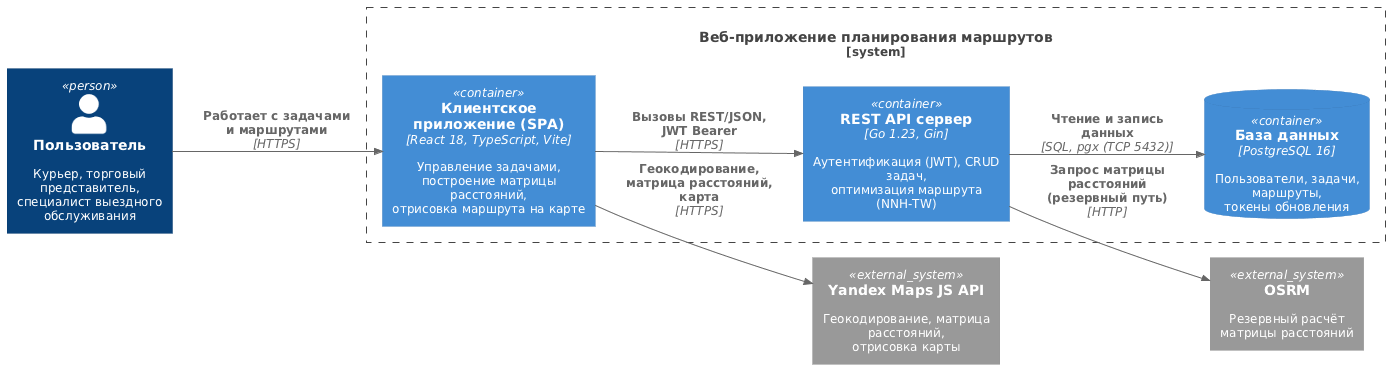
The PlantUML diagram Диплом Latex/images/c4_container.png in Tyutichkin/diploma, before a commit. Its diagram source:
```plantuml
@startuml c4_container
!include <C4/C4_Container>

skinparam defaultFontName "DejaVu Sans"
skinparam defaultFontSize 12
skinparam shadowing false
skinparam roundCorner 4

LAYOUT_LEFT_RIGHT()

Person(user, "Пользователь", "Курьер, торговый представитель,\nспециалист выездного обслуживания")

System_Boundary(app, "Веб-приложение планирования маршрутов") {
    Container(spa, "Клиентское приложение (SPA)", "React 18, TypeScript, Vite", "Управление задачами, построение матрицы расстояний,\nотрисовка маршрута на карте")
    Container(api, "REST API сервер", "Go 1.23, Gin", "Аутентификация (JWT), CRUD задач,\nоптимизация маршрута (NNH-TW)")
    ContainerDb(db, "База данных", "PostgreSQL 16", "Пользователи, задачи, маршруты,\nтокены обновления")
}

System_Ext(yandex, "Yandex Maps JS API", "Геокодирование, матрица расстояний,\nотрисовка карты")
System_Ext(osrm, "OSRM", "Резервный расчёт\nматрицы расстояний")

Rel(user, spa, "Работает с задачами и маршрутами", "HTTPS")
Rel(spa, api, "Вызовы REST/JSON, JWT Bearer", "HTTPS")
Rel(api, db, "Чтение и запись данных", "SQL, pgx (TCP 5432)")
Rel(spa, yandex, "Геокодирование, матрица расстояний, карта", "HTTPS")
Rel(api, osrm, "Запрос матрицы расстояний (резервный путь)", "HTTP")

@enduml
```
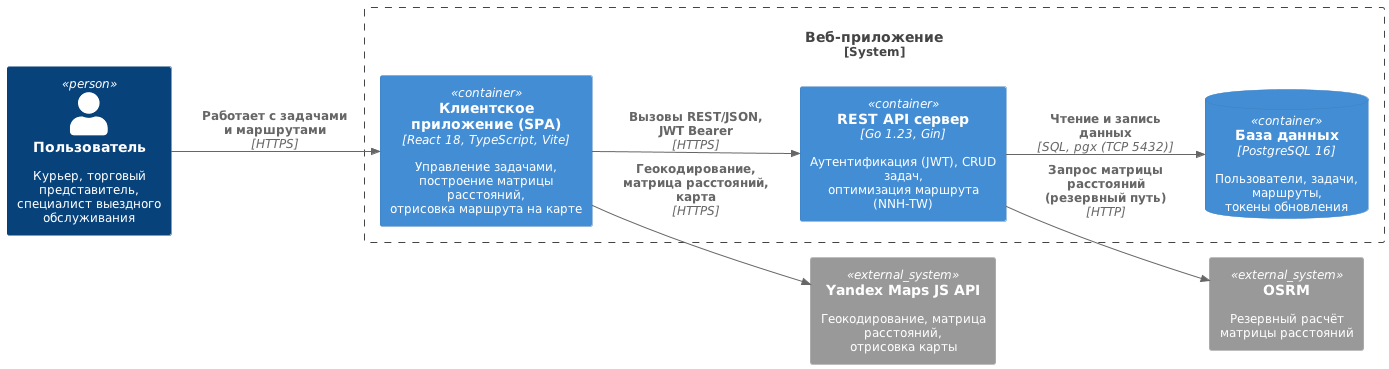
After the commit.

Commit message:
поменял и добави схем

Diff of the diagram source:
```diff
@@ -10,7 +10,7 @@
 
 Person(user, "Пользователь", "Курьер, торговый представитель,\nспециалист выездного обслуживания")
 
-System_Boundary(app, "Веб-приложение планирования маршрутов") {
+System_Boundary(app, "Веб-приложение") {
     Container(spa, "Клиентское приложение (SPA)", "React 18, TypeScript, Vite", "Управление задачами, построение матрицы расстояний,\nотрисовка маршрута на карте")
     Container(api, "REST API сервер", "Go 1.23, Gin", "Аутентификация (JWT), CRUD задач,\nоптимизация маршрута (NNH-TW)")
     ContainerDb(db, "База данных", "PostgreSQL 16", "Пользователи, задачи, маршруты,\nтокены обновления")
```
